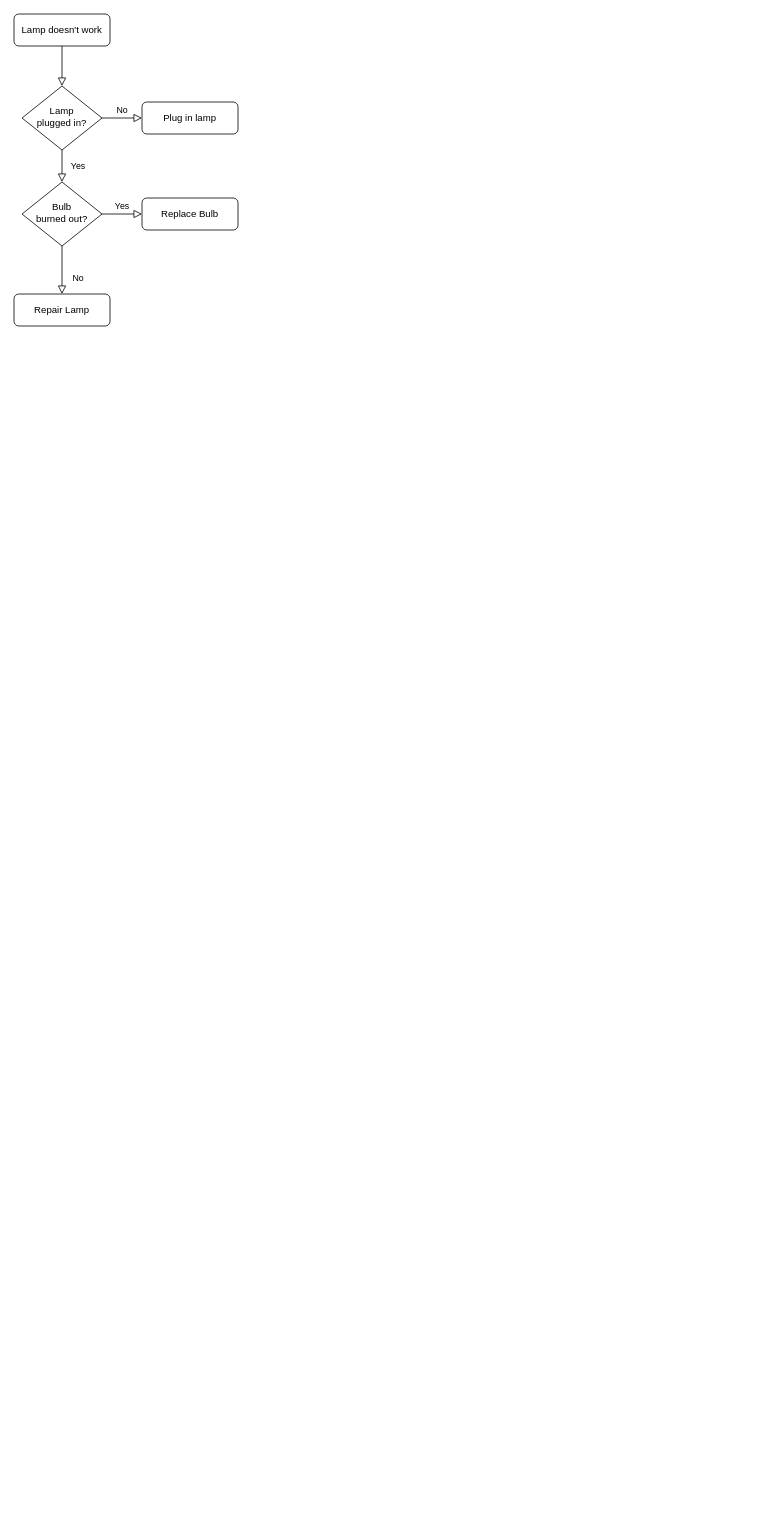
This is pennew.drawio from Victor-Oribamise/AnimalMachineLerning, a draw.io file, before an edit. Source tidied: cells renumbered, new cells numbered last; positions are measured from the earlier drawing's top-left corner, leaving out a move shared by most shapes. Both pictures are drawn from the tidied source at 80%, with x=0, y=0 at pixel (14, 14).
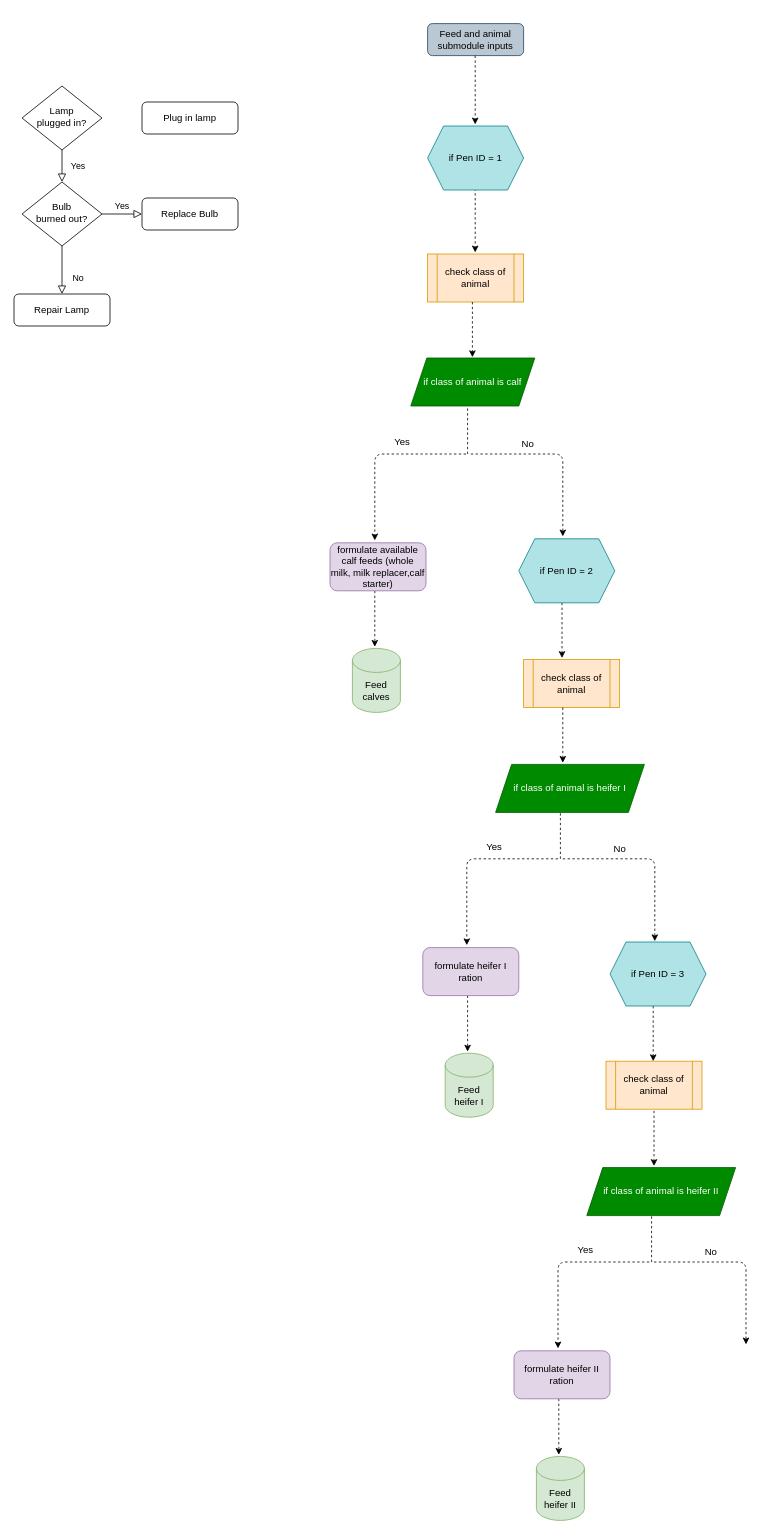
Above is the later version.

Unchanged cells that the change refers to:
```xml
<mxCell id="6" value="Lamp&lt;br&gt;plugged in?" style="rhombus;whiteSpace=wrap;html=1;shadow=0;fontFamily=Helvetica;fontSize=12;align=center;strokeWidth=1;spacing=6;spacingTop=-4;" parent="1" vertex="1">
  <mxGeometry x="10" y="90" width="100" height="80" as="geometry" />
</mxCell>
<mxCell id="7" value="Plug in lamp" style="rounded=1;whiteSpace=wrap;html=1;fontSize=12;glass=0;strokeWidth=1;shadow=0;" parent="1" vertex="1">
  <mxGeometry x="160" y="110" width="120" height="40" as="geometry" />
</mxCell>
```

What changed in the source:
```diff
@@
-    <mxCell id="2" style="rounded=0;html=1;jettySize=auto;fontSize=11;endArrow=block;endFill=0;endSize=8;strokeWidth=1;shadow=0;labelBackgroundColor=none;edgeStyle=orthogonalEdgeStyle;" parent="1" edge="1" source="3" target="6">
-      <mxGeometry relative="1" as="geometry" />
-    </mxCell>
-    <mxCell id="3" value="Lamp doesn't work" style="rounded=1;whiteSpace=wrap;html=1;fontSize=12;glass=0;strokeWidth=1;shadow=0;" parent="1" vertex="1">
-      <mxGeometry width="120" height="40" as="geometry" />
+    <mxCell id="3" value="Feed and animal submodule inputs" style="rounded=1;whiteSpace=wrap;html=1;fontSize=12;glass=0;strokeWidth=1;shadow=0;fillColor=#bac8d3;strokeColor=#23445d;" parent="1" vertex="1">
+      <mxGeometry x="517" y="12" width="120" height="40" as="geometry" />
     </mxCell>
@@
-    <mxCell id="5" value="No" style="edgeStyle=orthogonalEdgeStyle;rounded=0;html=1;jettySize=auto;fontSize=11;endArrow=block;endFill=0;endSize=8;strokeWidth=1;shadow=0;labelBackgroundColor=none;" parent="1" edge="1" source="6" target="7">
-      <mxGeometry y="10" relative="1" as="geometry" />
-    </mxCell>
@@
+    <mxCell id="13" style="endArrow=classic;html=1;dashed=1;" parent="1" edge="1">
+      <mxGeometry relative="1" as="geometry">
+        <mxPoint x="576.5" y="52" as="sourcePoint" />
+        <mxPoint x="576.5" y="138" as="targetPoint" />
+      </mxGeometry>
+    </mxCell>
+    <mxCell id="14" style="endArrow=classic;html=1;dashed=1;" parent="1" edge="1">
+      <mxGeometry relative="1" as="geometry">
+        <mxPoint x="576.5" y="212" as="sourcePoint" />
+        <mxPoint x="576.5" y="298" as="targetPoint" />
+      </mxGeometry>
+    </mxCell>
+    <mxCell id="15" value="if Pen ID = 1" style="shape=hexagon;perimeter=hexagonPerimeter2;whiteSpace=wrap;html=1;fixedSize=1;fillColor=#b0e3e6;strokeColor=#0e8088;" parent="1" vertex="1">
+      <mxGeometry x="517" y="140" width="120" height="80" as="geometry" />
+    </mxCell>
+    <mxCell id="16" value="check class of animal" style="shape=process;whiteSpace=wrap;html=1;backgroundOutline=1;fillColor=#ffe6cc;strokeColor=#d79b00;" parent="1" vertex="1">
+      <mxGeometry x="517" y="300" width="120" height="60" as="geometry" />
+    </mxCell>
+    <mxCell id="17" style="endArrow=classic;html=1;dashed=1;" parent="1" edge="1">
+      <mxGeometry relative="1" as="geometry">
+        <mxPoint x="565" y="550" as="sourcePoint" />
+        <mxPoint x="451" y="658" as="targetPoint" />
+        <Array as="points">
+          <mxPoint x="451" y="550" />
+        </Array>
+      </mxGeometry>
+    </mxCell>
+    <mxCell id="18" style="endArrow=classic;html=1;dashed=1;" parent="1" edge="1">
+      <mxGeometry relative="1" as="geometry">
+        <mxPoint x="571" y="550" as="sourcePoint" />
+        <mxPoint x="686" y="653" as="targetPoint" />
+        <Array as="points">
+          <mxPoint x="686" y="550" />
+        </Array>
+      </mxGeometry>
+    </mxCell>
+    <mxCell id="19" style="endArrow=classic;html=1;dashed=1;" parent="1" edge="1">
+      <mxGeometry relative="1" as="geometry">
+        <mxPoint x="573" y="360" as="sourcePoint" />
+        <mxPoint x="573" y="429" as="targetPoint" />
+      </mxGeometry>
+    </mxCell>
+    <mxCell id="20" value="if class of animal is calf" style="shape=parallelogram;perimeter=parallelogramPerimeter;whiteSpace=wrap;html=1;fixedSize=1;fillColor=#008a00;strokeColor=#005700;fontColor=#ffffff;" parent="1" vertex="1">
+      <mxGeometry x="496" y="430" width="155" height="60" as="geometry" />
+    </mxCell>
+    <mxCell id="21" style="endArrow=none;html=1;dashed=1;" parent="1" edge="1">
+      <mxGeometry relative="1" as="geometry">
+        <mxPoint x="567" y="550" as="sourcePoint" />
+        <mxPoint x="567" y="492" as="targetPoint" />
+      </mxGeometry>
+    </mxCell>
+    <mxCell id="22" value="Yes" style="text;html=1;align=center;verticalAlign=middle;strokeColor=none;" parent="1" vertex="1">
+      <mxGeometry x="470" y="526" width="30" height="18" as="geometry" />
+    </mxCell>
+    <mxCell id="23" value="No" style="text;html=1;align=center;verticalAlign=middle;strokeColor=none;" parent="1" vertex="1">
+      <mxGeometry x="629" y="529" width="26" height="18" as="geometry" />
+    </mxCell>
+    <mxCell id="24" value="Feed calves" style="shape=cylinder3;whiteSpace=wrap;html=1;boundedLbl=1;backgroundOutline=1;size=15;fillColor=#d5e8d4;strokeColor=#82b366;" parent="1" vertex="1">
+      <mxGeometry x="423" y="793" width="60" height="80" as="geometry" />
+    </mxCell>
+    <mxCell id="25" style="endArrow=classic;html=1;dashed=1;" parent="1" edge="1">
+      <mxGeometry relative="1" as="geometry">
+        <mxPoint x="451" y="721" as="sourcePoint" />
+        <mxPoint x="451" y="791" as="targetPoint" />
+      </mxGeometry>
+    </mxCell>
+    <mxCell id="26" value="formulate available calf feeds (whole milk, milk replacer,calf starter)" style="rounded=1;whiteSpace=wrap;html=1;glass=0;fillColor=#e1d5e7;strokeColor=#9673a6;" parent="1" vertex="1">
+      <mxGeometry x="395" y="661" width="120" height="60" as="geometry" />
+    </mxCell>
+    <mxCell id="27" value="check class of animal" style="shape=process;whiteSpace=wrap;html=1;backgroundOutline=1;fillColor=#ffe6cc;strokeColor=#d79b00;" parent="1" vertex="1">
+      <mxGeometry x="637" y="807" width="120" height="60" as="geometry" />
+    </mxCell>
+    <mxCell id="28" style="endArrow=classic;html=1;dashed=1;" parent="1" edge="1">
+      <mxGeometry relative="1" as="geometry">
+        <mxPoint x="685" y="736" as="sourcePoint" />
+        <mxPoint x="685" y="805" as="targetPoint" />
+      </mxGeometry>
+    </mxCell>
+    <mxCell id="29" value="if class of animal is heifer I" style="shape=parallelogram;perimeter=parallelogramPerimeter;whiteSpace=wrap;html=1;fixedSize=1;fillColor=#008a00;strokeColor=#005700;fontColor=#ffffff;" parent="1" vertex="1">
+      <mxGeometry x="602" y="938" width="186" height="60" as="geometry" />
+    </mxCell>
+    <mxCell id="30" value="if Pen ID = 2" style="shape=hexagon;perimeter=hexagonPerimeter2;whiteSpace=wrap;html=1;fixedSize=1;fillColor=#b0e3e6;strokeColor=#0e8088;" parent="1" vertex="1">
+      <mxGeometry x="631" y="656" width="120" height="80" as="geometry" />
+    </mxCell>
+    <mxCell id="31" style="endArrow=classic;html=1;dashed=1;" parent="1" edge="1">
+      <mxGeometry relative="1" as="geometry">
+        <mxPoint x="686" y="867" as="sourcePoint" />
+        <mxPoint x="686" y="936" as="targetPoint" />
+      </mxGeometry>
+    </mxCell>
+    <mxCell id="32" style="endArrow=none;html=1;dashed=1;" parent="1" edge="1">
+      <mxGeometry relative="1" as="geometry">
+        <mxPoint x="683" y="1056" as="sourcePoint" />
+        <mxPoint x="683" y="998" as="targetPoint" />
+      </mxGeometry>
+    </mxCell>
+    <mxCell id="33" style="endArrow=classic;html=1;dashed=1;" parent="1" edge="1">
+      <mxGeometry relative="1" as="geometry">
+        <mxPoint x="680" y="1056" as="sourcePoint" />
+        <mxPoint x="566" y="1164" as="targetPoint" />
+        <Array as="points">
+          <mxPoint x="566" y="1056" />
+        </Array>
+      </mxGeometry>
+    </mxCell>
+    <mxCell id="34" style="endArrow=classic;html=1;dashed=1;" parent="1" edge="1">
+      <mxGeometry relative="1" as="geometry">
+        <mxPoint x="686" y="1056" as="sourcePoint" />
+        <mxPoint x="801" y="1159" as="targetPoint" />
+        <Array as="points">
+          <mxPoint x="801" y="1056" />
+        </Array>
+      </mxGeometry>
+    </mxCell>
+    <mxCell id="35" value="Yes" style="text;html=1;align=center;verticalAlign=middle;strokeColor=none;" parent="1" vertex="1">
+      <mxGeometry x="585" y="1032" width="30" height="18" as="geometry" />
+    </mxCell>
+    <mxCell id="36" value="No" style="text;html=1;align=center;verticalAlign=middle;strokeColor=none;" parent="1" vertex="1">
+      <mxGeometry x="744" y="1035" width="26" height="18" as="geometry" />
+    </mxCell>
+    <mxCell id="37" value="Feed heifer I" style="shape=cylinder3;whiteSpace=wrap;html=1;boundedLbl=1;backgroundOutline=1;size=15;fillColor=#d5e8d4;strokeColor=#82b366;" parent="1" vertex="1">
+      <mxGeometry x="539" y="1299" width="60" height="80" as="geometry" />
+    </mxCell>
+    <mxCell id="38" style="endArrow=classic;html=1;dashed=1;" parent="1" edge="1">
+      <mxGeometry relative="1" as="geometry">
+        <mxPoint x="567" y="1227" as="sourcePoint" />
+        <mxPoint x="567" y="1297" as="targetPoint" />
+      </mxGeometry>
+    </mxCell>
+    <mxCell id="39" value="formulate heifer I ration" style="rounded=1;whiteSpace=wrap;html=1;glass=0;fillColor=#e1d5e7;strokeColor=#9673a6;" parent="1" vertex="1">
+      <mxGeometry x="511" y="1167" width="120" height="60" as="geometry" />
+    </mxCell>
+    <mxCell id="40" value="check class of animal" style="shape=process;whiteSpace=wrap;html=1;backgroundOutline=1;fillColor=#ffe6cc;strokeColor=#d79b00;" parent="1" vertex="1">
+      <mxGeometry x="740" y="1309" width="120" height="60" as="geometry" />
+    </mxCell>
+    <mxCell id="41" style="endArrow=classic;html=1;dashed=1;" parent="1" edge="1">
+      <mxGeometry relative="1" as="geometry">
+        <mxPoint x="799" y="1240" as="sourcePoint" />
+        <mxPoint x="799" y="1309" as="targetPoint" />
+      </mxGeometry>
+    </mxCell>
+    <mxCell id="42" value="if class of animal is heifer II" style="shape=parallelogram;perimeter=parallelogramPerimeter;whiteSpace=wrap;html=1;fixedSize=1;fillColor=#008a00;strokeColor=#005700;fontColor=#ffffff;" parent="1" vertex="1">
+      <mxGeometry x="716" y="1442" width="186" height="60" as="geometry" />
+    </mxCell>
+    <mxCell id="43" value="if Pen ID = 3" style="shape=hexagon;perimeter=hexagonPerimeter2;whiteSpace=wrap;html=1;fixedSize=1;fillColor=#b0e3e6;strokeColor=#0e8088;" parent="1" vertex="1">
+      <mxGeometry x="745" y="1160" width="120" height="80" as="geometry" />
+    </mxCell>
+    <mxCell id="44" style="endArrow=classic;html=1;dashed=1;" parent="1" edge="1">
+      <mxGeometry relative="1" as="geometry">
+        <mxPoint x="800" y="1371" as="sourcePoint" />
+        <mxPoint x="800" y="1440" as="targetPoint" />
+      </mxGeometry>
+    </mxCell>
+    <mxCell id="45" style="endArrow=none;html=1;dashed=1;" parent="1" edge="1">
+      <mxGeometry relative="1" as="geometry">
+        <mxPoint x="797" y="1560" as="sourcePoint" />
+        <mxPoint x="797" y="1502" as="targetPoint" />
+      </mxGeometry>
+    </mxCell>
+    <mxCell id="46" style="endArrow=classic;html=1;dashed=1;" parent="1" edge="1">
+      <mxGeometry relative="1" as="geometry">
+        <mxPoint x="794" y="1560" as="sourcePoint" />
+        <mxPoint x="680" y="1668" as="targetPoint" />
+        <Array as="points">
+          <mxPoint x="680" y="1560" />
+        </Array>
+      </mxGeometry>
+    </mxCell>
+    <mxCell id="47" style="endArrow=classic;html=1;dashed=1;" parent="1" edge="1">
+      <mxGeometry relative="1" as="geometry">
+        <mxPoint x="800" y="1560" as="sourcePoint" />
+        <mxPoint x="915" y="1663" as="targetPoint" />
+        <Array as="points">
+          <mxPoint x="915" y="1560" />
+        </Array>
+      </mxGeometry>
+    </mxCell>
+    <mxCell id="48" value="Yes" style="text;html=1;align=center;verticalAlign=middle;strokeColor=none;" parent="1" vertex="1">
+      <mxGeometry x="699" y="1536" width="30" height="18" as="geometry" />
+    </mxCell>
+    <mxCell id="49" value="No" style="text;html=1;align=center;verticalAlign=middle;strokeColor=none;" parent="1" vertex="1">
+      <mxGeometry x="858" y="1539" width="26" height="18" as="geometry" />
+    </mxCell>
+    <mxCell id="50" value="Feed heifer II" style="shape=cylinder3;whiteSpace=wrap;html=1;boundedLbl=1;backgroundOutline=1;size=15;fillColor=#d5e8d4;strokeColor=#82b366;" parent="1" vertex="1">
+      <mxGeometry x="653" y="1803" width="60" height="80" as="geometry" />
+    </mxCell>
+    <mxCell id="51" style="endArrow=classic;html=1;dashed=1;" parent="1" edge="1">
+      <mxGeometry relative="1" as="geometry">
+        <mxPoint x="681" y="1731" as="sourcePoint" />
+        <mxPoint x="681" y="1801" as="targetPoint" />
+      </mxGeometry>
+    </mxCell>
+    <mxCell id="52" value="formulate heifer II ration" style="rounded=1;whiteSpace=wrap;html=1;glass=0;fillColor=#e1d5e7;strokeColor=#9673a6;" parent="1" vertex="1">
+      <mxGeometry x="625" y="1671" width="120" height="60" as="geometry" />
+    </mxCell>
```
